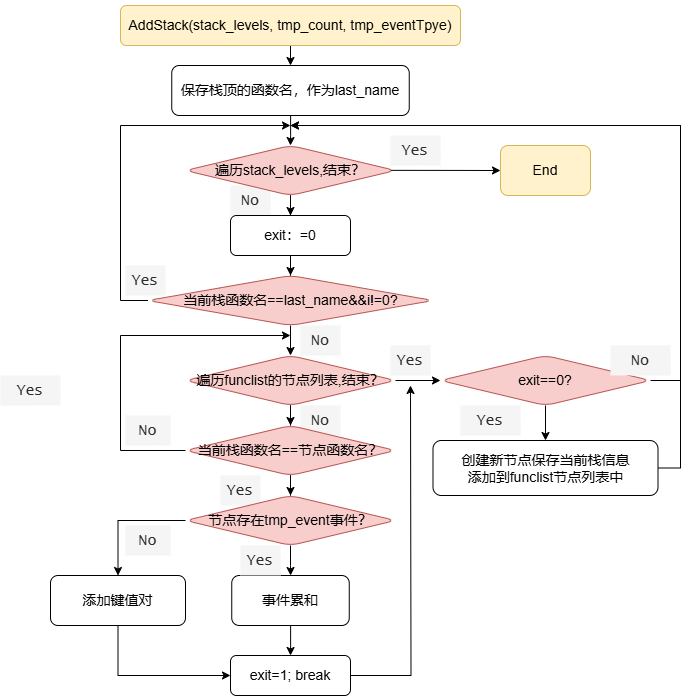
The draw.io diagram AddStack.drawio.png in Dong-J93/os_pic2024, before a commit. Source tidied: cells renumbered, new cells last; positions are measured from the earlier drawing's top-left corner, leaving out a move shared by most shapes.
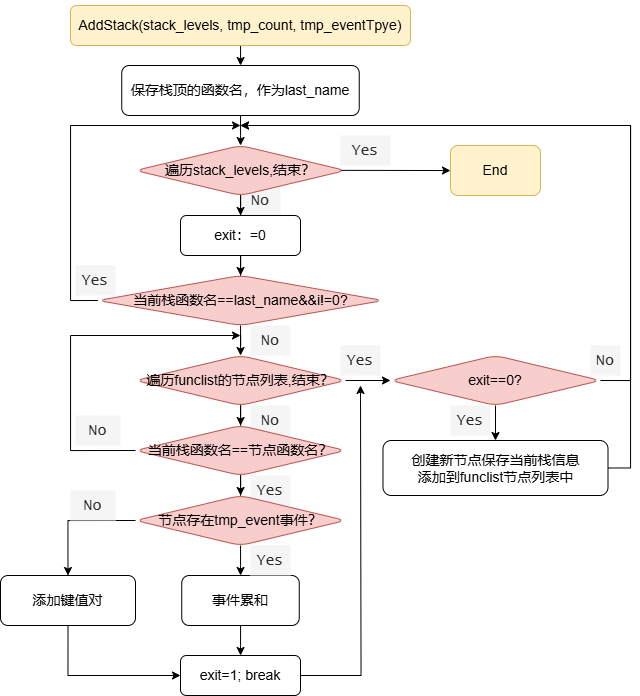
The same file after the commit.

Diff of the diagram source:
```diff
@@ -3,7 +3,7 @@
     <mxCell id="0" />
     <mxCell id="1" parent="0" />
     <mxCell id="2" value="&lt;font face=&quot;Lucida Console&quot; color=&quot;#2e2e2e&quot;&gt;&lt;span style=&quot;font-size: 15px;&quot;&gt;Yes&lt;/span&gt;&lt;/font&gt;" style="text;html=1;align=center;verticalAlign=middle;whiteSpace=wrap;rounded=0;fontColor=#333333;fillColor=#f5f5f5;strokeColor=none;" parent="1" vertex="1">
-      <mxGeometry x="220" y="470" width="40" height="30" as="geometry" />
+      <mxGeometry x="300" y="470" width="40" height="30" as="geometry" />
     </mxCell>
     <mxCell id="3" value="&lt;font face=&quot;Lucida Console&quot; color=&quot;#2e2e2e&quot;&gt;&lt;span style=&quot;font-size: 15px;&quot;&gt;No&lt;/span&gt;&lt;/font&gt;" style="text;html=1;align=center;verticalAlign=middle;whiteSpace=wrap;rounded=0;fontColor=#333333;fillColor=#f5f5f5;strokeColor=none;" parent="1" vertex="1">
       <mxGeometry x="300" y="400" width="40" height="30" as="geometry" />
@@ -39,7 +39,7 @@
       <mxGeometry x="147.5" y="270" width="285" height="50" as="geometry" />
     </mxCell>
     <mxCell id="12" value="&lt;font face=&quot;Lucida Console&quot; color=&quot;#2e2e2e&quot;&gt;&lt;span style=&quot;font-size: 15px;&quot;&gt;No&lt;/span&gt;&lt;/font&gt;" style="text;html=1;align=center;verticalAlign=middle;whiteSpace=wrap;rounded=0;fontColor=#333333;fillColor=#f5f5f5;strokeColor=none;" parent="1" vertex="1">
-      <mxGeometry x="230" y="180" width="40" height="30" as="geometry" />
+      <mxGeometry x="290" y="180" width="40" height="30" as="geometry" />
     </mxCell>
     <mxCell id="13" value="&lt;pre&gt;&lt;font face=&quot;Helvetica&quot; style=&quot;font-size: 14px;&quot;&gt;End&lt;/font&gt;&lt;/pre&gt;" style="rounded=1;whiteSpace=wrap;html=1;fillColor=#fff2cc;strokeColor=#d6b656;" parent="1" vertex="1">
       <mxGeometry x="500" y="140" width="90" height="50" as="geometry" />
@@ -126,10 +126,10 @@
       <mxGeometry x="432.5" y="435" width="225" height="55" as="geometry" />
     </mxCell>
     <mxCell id="37" value="&lt;font face=&quot;Lucida Console&quot; color=&quot;#2e2e2e&quot;&gt;&lt;span style=&quot;font-size: 15px;&quot;&gt;Yes&lt;/span&gt;&lt;/font&gt;" style="text;html=1;align=center;verticalAlign=middle;whiteSpace=wrap;rounded=0;fontColor=#333333;fillColor=#f5f5f5;strokeColor=none;" parent="1" vertex="1">
-      <mxGeometry x="240" y="540" width="40" height="30" as="geometry" />
+      <mxGeometry x="300" y="540" width="40" height="30" as="geometry" />
     </mxCell>
     <mxCell id="38" value="&lt;font face=&quot;Lucida Console&quot; color=&quot;#2e2e2e&quot;&gt;&lt;span style=&quot;font-size: 15px;&quot;&gt;No&lt;/span&gt;&lt;/font&gt;" style="text;html=1;align=center;verticalAlign=middle;whiteSpace=wrap;rounded=0;fontColor=#333333;fillColor=#f5f5f5;strokeColor=none;" parent="1" vertex="1">
-      <mxGeometry x="125" y="520" width="45" height="30" as="geometry" />
+      <mxGeometry x="120" y="485" width="45" height="30" as="geometry" />
     </mxCell>
     <mxCell id="39" style="edgeStyle=orthogonalEdgeStyle;rounded=0;jettySize=auto;html=1;exitX=1;exitY=0.5;exitDx=0;exitDy=0;" parent="1" edge="1" source="40">
       <mxGeometry relative="1" as="geometry">
@@ -158,13 +158,10 @@
       <mxGeometry x="390" y="340" width="40" height="30" as="geometry" />
     </mxCell>
     <mxCell id="45" value="&lt;font face=&quot;Lucida Console&quot; color=&quot;#2e2e2e&quot;&gt;&lt;span style=&quot;font-size: 15px;&quot;&gt;Yes&lt;/span&gt;&lt;/font&gt;" style="text;html=1;align=center;verticalAlign=middle;whiteSpace=wrap;rounded=0;fontColor=#333333;fillColor=#f5f5f5;strokeColor=none;" parent="1" vertex="1">
-      <mxGeometry x="460" y="400" width="60" height="30" as="geometry" />
+      <mxGeometry x="500" y="400" width="40" height="30" as="geometry" />
     </mxCell>
     <mxCell id="46" value="&lt;font face=&quot;Lucida Console&quot; color=&quot;#2e2e2e&quot;&gt;&lt;span style=&quot;font-size: 15px;&quot;&gt;No&lt;/span&gt;&lt;/font&gt;" style="text;html=1;align=center;verticalAlign=middle;whiteSpace=wrap;rounded=0;fontColor=#333333;fillColor=#f5f5f5;strokeColor=none;" parent="1" vertex="1">
-      <mxGeometry x="610" y="340" width="60" height="30" as="geometry" />
+      <mxGeometry x="640" y="340" width="30" height="30" as="geometry" />
     </mxCell>
-    <mxCell id="47" value="&lt;font face=&quot;Lucida Console&quot; color=&quot;#2e2e2e&quot;&gt;&lt;span style=&quot;font-size: 15px;&quot;&gt;Yes&lt;/span&gt;&lt;/font&gt;" style="text;html=1;align=center;verticalAlign=middle;whiteSpace=wrap;rounded=0;fontColor=#333333;fillColor=#f5f5f5;strokeColor=none;" parent="1" vertex="1">
-      <mxGeometry y="370" width="60" height="30" as="geometry" />
-    </mxCell>
   </root>
 </mxGraphModel>
```
